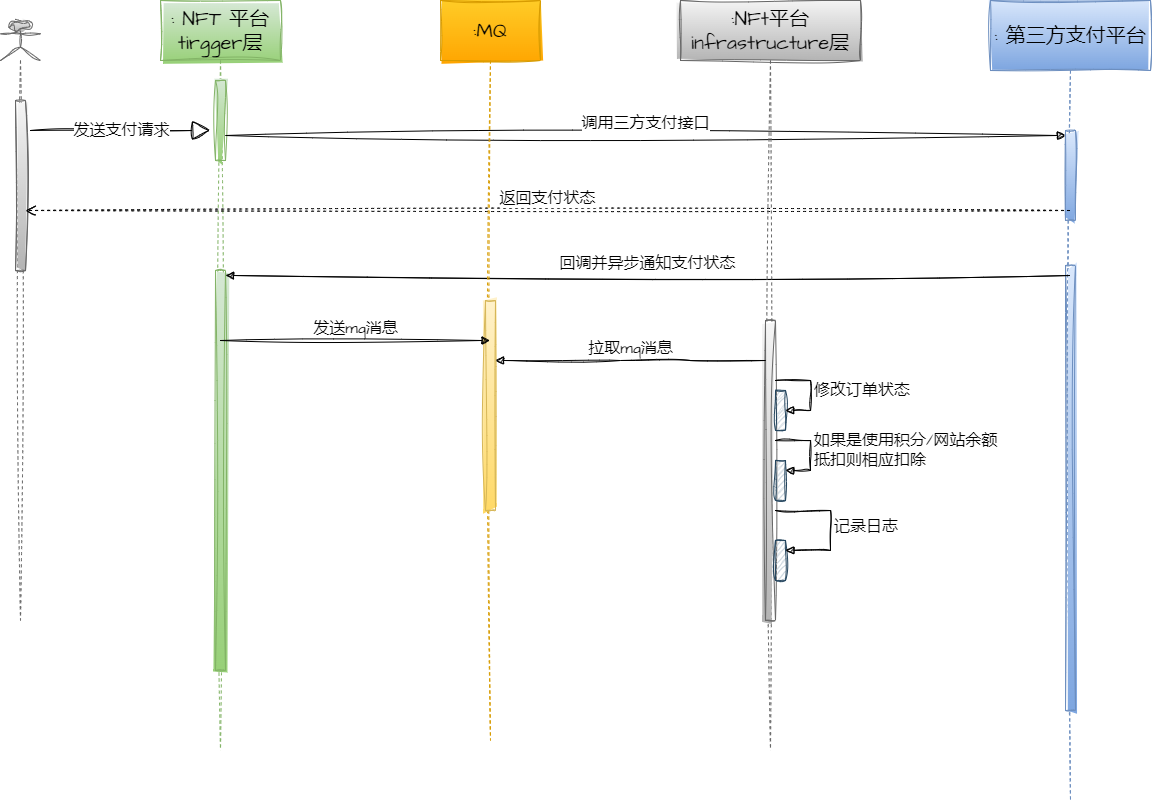
nb-sb/nft keeps this draw.io diagram as doc/系统架构代码设计.assets/支付订单mq.png. Above is the earlier version. Source tidied: cells renumbered, new cells last; positions are measured from the earlier drawing's top-left corner, leaving out a move shared by most shapes. Source of this version:
```xml
<mxGraphModel>
  <root>
    <mxCell id="0" />
    <mxCell id="1" parent="0" />
    <mxCell id="2" style="shape=umlLifeline;perimeter=lifelinePerimeter;whiteSpace=wrap;html=1;newEdgeStyle={&quot;curved&quot;:0,&quot;rounded&quot;:0};participant=umlActor;sketch=1;hachureGap=4;jiggle=2;curveFitting=1;fontFamily=Architects Daughter;fontSource=https%3A%2F%2Ffonts.googleapis.com%2Fcss%3Ffamily%3DArchitects%2BDaughter;fontSize=20;fillColor=#f5f5f5;gradientColor=#b3b3b3;strokeColor=#666666;" parent="1" vertex="1">
      <mxGeometry y="20" width="40" height="600" as="geometry" />
    </mxCell>
    <mxCell id="3" style="html=1;perimeter=orthogonalPerimeter;targetShapes=umlLifeline;newEdgeStyle={&quot;curved&quot;:0,&quot;rounded&quot;:0};sketch=1;hachureGap=4;jiggle=2;curveFitting=1;fontFamily=Architects Daughter;fontSource=https%3A%2F%2Ffonts.googleapis.com%2Fcss%3Ffamily%3DArchitects%2BDaughter;fontSize=20;fillColor=#f5f5f5;gradientColor=#b3b3b3;strokeColor=#666666;" parent="2" vertex="1">
      <mxGeometry x="15" y="80" width="10" height="170" as="geometry" />
    </mxCell>
    <mxCell id="4" value=": NFT 平台&lt;br&gt;tirgger层" style="shape=umlLifeline;perimeter=lifelinePerimeter;whiteSpace=wrap;html=1;newEdgeStyle={&quot;curved&quot;:0,&quot;rounded&quot;:0};sketch=1;hachureGap=4;jiggle=2;curveFitting=1;fontFamily=Architects Daughter;fontSource=https%3A%2F%2Ffonts.googleapis.com%2Fcss%3Ffamily%3DArchitects%2BDaughter;fontSize=20;fillColor=#d5e8d4;gradientColor=#97d077;strokeColor=#82b366;size=60;" parent="1" vertex="1">
      <mxGeometry x="160" width="120" height="750" as="geometry" />
    </mxCell>
    <mxCell id="5" style="html=1;points=[[0,0,0,0,5],[0,1,0,0,-5],[1,0,0,0,5],[1,1,0,0,-5]];perimeter=orthogonalPerimeter;outlineConnect=0;targetShapes=umlLifeline;portConstraint=eastwest;newEdgeStyle={&quot;curved&quot;:0,&quot;rounded&quot;:0};sketch=1;hachureGap=4;jiggle=2;curveFitting=1;fontFamily=Architects Daughter;fontSource=https%3A%2F%2Ffonts.googleapis.com%2Fcss%3Ffamily%3DArchitects%2BDaughter;fontSize=20;fillColor=#d5e8d4;gradientColor=#97d077;strokeColor=#82b366;" parent="4" vertex="1">
      <mxGeometry x="55" y="80" width="10" height="80" as="geometry" />
    </mxCell>
    <mxCell id="6" style="html=1;points=[[0,0,0,0,5],[0,1,0,0,-5],[1,0,0,0,5],[1,1,0,0,-5]];perimeter=orthogonalPerimeter;outlineConnect=0;targetShapes=umlLifeline;portConstraint=eastwest;newEdgeStyle={&quot;curved&quot;:0,&quot;rounded&quot;:0};sketch=1;hachureGap=4;jiggle=2;curveFitting=1;fontFamily=Architects Daughter;fontSource=https%3A%2F%2Ffonts.googleapis.com%2Fcss%3Ffamily%3DArchitects%2BDaughter;fontSize=20;fillColor=#d5e8d4;gradientColor=#97d077;strokeColor=#82b366;" parent="4" vertex="1">
      <mxGeometry x="55" y="270" width="10" height="400" as="geometry" />
    </mxCell>
    <mxCell id="7" value=": 第三方支付平台" style="shape=umlLifeline;perimeter=lifelinePerimeter;whiteSpace=wrap;html=1;outlineConnect=0;portConstraint=eastwest;newEdgeStyle={&quot;curved&quot;:0,&quot;rounded&quot;:0};sketch=1;hachureGap=4;jiggle=2;curveFitting=1;fontFamily=Architects Daughter;fontSource=https%3A%2F%2Ffonts.googleapis.com%2Fcss%3Ffamily%3DArchitects%2BDaughter;fontSize=20;fillColor=#dae8fc;gradientColor=#7ea6e0;strokeColor=#6c8ebf;size=70;" parent="1" vertex="1">
      <mxGeometry x="990" width="160" height="800" as="geometry" />
    </mxCell>
    <mxCell id="8" style="html=1;points=[[0,0,0,0,5],[0,1,0,0,-5],[1,0,0,0,5],[1,1,0,0,-5]];perimeter=orthogonalPerimeter;outlineConnect=0;targetShapes=umlLifeline;portConstraint=eastwest;newEdgeStyle={&quot;curved&quot;:0,&quot;rounded&quot;:0};sketch=1;hachureGap=4;jiggle=2;curveFitting=1;fontFamily=Architects Daughter;fontSource=https%3A%2F%2Ffonts.googleapis.com%2Fcss%3Ffamily%3DArchitects%2BDaughter;fontSize=20;fillColor=#dae8fc;gradientColor=#7ea6e0;strokeColor=#6c8ebf;" parent="7" vertex="1">
      <mxGeometry x="75" y="130" width="10" height="90" as="geometry" />
    </mxCell>
    <mxCell id="9" style="html=1;perimeter=orthogonalPerimeter;targetShapes=umlLifeline;newEdgeStyle={&quot;curved&quot;:0,&quot;rounded&quot;:0};sketch=1;hachureGap=4;jiggle=2;curveFitting=1;fontFamily=Architects Daughter;fontSource=https%3A%2F%2Ffonts.googleapis.com%2Fcss%3Ffamily%3DArchitects%2BDaughter;fontSize=20;fillColor=#dae8fc;gradientColor=#7ea6e0;strokeColor=#6c8ebf;" parent="7" vertex="1">
      <mxGeometry x="75" y="265" width="10" height="445" as="geometry" />
    </mxCell>
    <mxCell id="10" value="发送支付请求" style="endArrow=block;endSize=16;endFill=0;html=1;rounded=0;sketch=1;hachureGap=4;jiggle=2;curveFitting=1;fontFamily=Architects Daughter;fontSource=https%3A%2F%2Ffonts.googleapis.com%2Fcss%3Ffamily%3DArchitects%2BDaughter;fontSize=16;" parent="1" edge="1">
      <mxGeometry relative="1" as="geometry">
        <mxPoint x="30" y="130" as="sourcePoint" />
        <mxPoint x="210" y="130" as="targetPoint" />
      </mxGeometry>
    </mxCell>
    <mxCell id="11" value="调用三方支付接口" style="html=1;verticalAlign=bottom;endArrow=block;curved=0;rounded=0;entryX=0;entryY=0;entryDx=0;entryDy=5;sketch=1;hachureGap=4;jiggle=2;curveFitting=1;fontFamily=Architects Daughter;fontSource=https%3A%2F%2Ffonts.googleapis.com%2Fcss%3Ffamily%3DArchitects%2BDaughter;fontSize=16;" parent="1" edge="1" source="5" target="8">
      <mxGeometry relative="1" as="geometry" />
    </mxCell>
    <mxCell id="12" value="返回支付状态" style="html=1;verticalAlign=bottom;endArrow=open;dashed=1;endSize=8;curved=0;rounded=0;sketch=1;hachureGap=4;jiggle=2;curveFitting=1;fontFamily=Architects Daughter;fontSource=https%3A%2F%2Ffonts.googleapis.com%2Fcss%3Ffamily%3DArchitects%2BDaughter;fontSize=16;" parent="1" edge="1" source="7">
      <mxGeometry relative="1" as="geometry">
        <mxPoint x="25" y="210" as="targetPoint" />
      </mxGeometry>
    </mxCell>
    <mxCell id="13" value="回调并异步通知支付状态" style="html=1;verticalAlign=bottom;endArrow=block;curved=0;rounded=0;entryX=1;entryY=0;entryDx=0;entryDy=5;sketch=1;hachureGap=4;jiggle=2;curveFitting=1;fontFamily=Architects Daughter;fontSource=https%3A%2F%2Ffonts.googleapis.com%2Fcss%3Ffamily%3DArchitects%2BDaughter;fontSize=16;" parent="1" edge="1" source="7" target="6">
      <mxGeometry relative="1" as="geometry" />
    </mxCell>
    <mxCell id="14" value=":MQ" style="shape=umlLifeline;perimeter=lifelinePerimeter;whiteSpace=wrap;html=1;outlineConnect=0;portConstraint=eastwest;newEdgeStyle={&quot;curved&quot;:0,&quot;rounded&quot;:0};sketch=1;hachureGap=4;jiggle=2;curveFitting=1;fontFamily=Architects Daughter;fontSource=https%3A%2F%2Ffonts.googleapis.com%2Fcss%3Ffamily%3DArchitects%2BDaughter;fontSize=20;fillColor=#ffcd28;gradientColor=#ffa500;strokeColor=#d79b00;size=60;" parent="1" vertex="1">
      <mxGeometry x="440" width="100" height="740" as="geometry" />
    </mxCell>
    <mxCell id="15" style="html=1;points=[[0,0,0,0,5],[0,1,0,0,-5],[1,0,0,0,5],[1,1,0,0,-5]];perimeter=orthogonalPerimeter;outlineConnect=0;targetShapes=umlLifeline;portConstraint=eastwest;newEdgeStyle={&quot;curved&quot;:0,&quot;rounded&quot;:0};sketch=1;hachureGap=4;jiggle=2;curveFitting=1;fontFamily=Architects Daughter;fontSource=https%3A%2F%2Ffonts.googleapis.com%2Fcss%3Ffamily%3DArchitects%2BDaughter;fontSize=20;fillColor=#fff2cc;gradientColor=#ffd966;strokeColor=#d6b656;" parent="14" vertex="1">
      <mxGeometry x="45" y="300" width="10" height="210" as="geometry" />
    </mxCell>
    <mxCell id="16" value=":NFt平台&lt;br&gt;infrastructure层" style="shape=umlLifeline;perimeter=lifelinePerimeter;whiteSpace=wrap;html=1;newEdgeStyle={&quot;curved&quot;:0,&quot;rounded&quot;:0};sketch=1;hachureGap=4;jiggle=2;curveFitting=1;fontFamily=Architects Daughter;fontSource=https%3A%2F%2Ffonts.googleapis.com%2Fcss%3Ffamily%3DArchitects%2BDaughter;fontSize=20;size=60;fillColor=#f5f5f5;gradientColor=#b3b3b3;strokeColor=#666666;" parent="1" vertex="1">
      <mxGeometry x="680" width="180" height="750" as="geometry" />
    </mxCell>
    <mxCell id="17" style="html=1;points=[[0,0,0,0,5],[0,1,0,0,-5],[1,0,0,0,5],[1,1,0,0,-5]];perimeter=orthogonalPerimeter;outlineConnect=0;targetShapes=umlLifeline;portConstraint=eastwest;newEdgeStyle={&quot;curved&quot;:0,&quot;rounded&quot;:0};sketch=1;hachureGap=4;jiggle=2;curveFitting=1;fontFamily=Architects Daughter;fontSource=https%3A%2F%2Ffonts.googleapis.com%2Fcss%3Ffamily%3DArchitects%2BDaughter;fontSize=20;fillColor=#f5f5f5;gradientColor=#b3b3b3;strokeColor=#666666;" parent="16" vertex="1">
      <mxGeometry x="85" y="320" width="10" height="300" as="geometry" />
    </mxCell>
    <mxCell id="18" style="html=1;points=[[0,0,0,0,5],[0,1,0,0,-5],[1,0,0,0,5],[1,1,0,0,-5]];perimeter=orthogonalPerimeter;outlineConnect=0;targetShapes=umlLifeline;portConstraint=eastwest;newEdgeStyle={&quot;curved&quot;:0,&quot;rounded&quot;:0};sketch=1;hachureGap=4;jiggle=2;curveFitting=1;fontFamily=Architects Daughter;fontSource=https%3A%2F%2Ffonts.googleapis.com%2Fcss%3Ffamily%3DArchitects%2BDaughter;fontSize=20;fillColor=#bac8d3;strokeColor=#23445d;" parent="16" vertex="1">
      <mxGeometry x="95" y="389.9" width="10" height="40" as="geometry" />
    </mxCell>
    <mxCell id="19" value="修改订单状态" style="html=1;align=left;spacingLeft=2;endArrow=block;rounded=0;edgeStyle=orthogonalEdgeStyle;curved=0;rounded=0;sketch=1;hachureGap=4;jiggle=2;curveFitting=1;fontFamily=Architects Daughter;fontSource=https%3A%2F%2Ffonts.googleapis.com%2Fcss%3Ffamily%3DArchitects%2BDaughter;fontSize=16;" parent="16" edge="1" target="18">
      <mxGeometry relative="1" as="geometry">
        <mxPoint x="95" y="380" as="sourcePoint" />
        <Array as="points">
          <mxPoint x="130" y="379.9" />
          <mxPoint x="130" y="409.9" />
        </Array>
      </mxGeometry>
    </mxCell>
    <mxCell id="20" style="html=1;points=[[0,0,0,0,5],[0,1,0,0,-5],[1,0,0,0,5],[1,1,0,0,-5]];perimeter=orthogonalPerimeter;outlineConnect=0;targetShapes=umlLifeline;portConstraint=eastwest;newEdgeStyle={&quot;curved&quot;:0,&quot;rounded&quot;:0};sketch=1;hachureGap=4;jiggle=2;curveFitting=1;fontFamily=Architects Daughter;fontSource=https%3A%2F%2Ffonts.googleapis.com%2Fcss%3Ffamily%3DArchitects%2BDaughter;fontSize=20;fillColor=#bac8d3;strokeColor=#23445d;" parent="16" vertex="1">
      <mxGeometry x="95" y="459.9" width="10" height="40" as="geometry" />
    </mxCell>
    <mxCell id="21" value="如果是使用积分/网站余额&lt;br&gt;抵扣则相应扣除" style="html=1;align=left;spacingLeft=2;endArrow=block;rounded=0;edgeStyle=orthogonalEdgeStyle;curved=0;rounded=0;sketch=1;hachureGap=4;jiggle=2;curveFitting=1;fontFamily=Architects Daughter;fontSource=https%3A%2F%2Ffonts.googleapis.com%2Fcss%3Ffamily%3DArchitects%2BDaughter;fontSize=16;" parent="16" edge="1" target="20">
      <mxGeometry relative="1" as="geometry">
        <mxPoint x="95" y="440" as="sourcePoint" />
        <Array as="points">
          <mxPoint x="130" y="439.9" />
          <mxPoint x="130" y="469.9" />
        </Array>
      </mxGeometry>
    </mxCell>
    <mxCell id="22" style="html=1;points=[[0,0,0,0,5],[0,1,0,0,-5],[1,0,0,0,5],[1,1,0,0,-5]];perimeter=orthogonalPerimeter;outlineConnect=0;targetShapes=umlLifeline;portConstraint=eastwest;newEdgeStyle={&quot;curved&quot;:0,&quot;rounded&quot;:0};sketch=1;hachureGap=4;jiggle=2;curveFitting=1;fontFamily=Architects Daughter;fontSource=https%3A%2F%2Ffonts.googleapis.com%2Fcss%3Ffamily%3DArchitects%2BDaughter;fontSize=20;fillColor=#bac8d3;strokeColor=#23445d;" parent="16" vertex="1">
      <mxGeometry x="95" y="539.9" width="10" height="40" as="geometry" />
    </mxCell>
    <mxCell id="23" value="记录日志" style="html=1;align=left;spacingLeft=2;endArrow=block;rounded=0;edgeStyle=orthogonalEdgeStyle;curved=0;rounded=0;sketch=1;hachureGap=4;jiggle=2;curveFitting=1;fontFamily=Architects Daughter;fontSource=https%3A%2F%2Ffonts.googleapis.com%2Fcss%3Ffamily%3DArchitects%2BDaughter;fontSize=16;" parent="16" edge="1" target="22">
      <mxGeometry relative="1" as="geometry">
        <mxPoint x="95" y="510" as="sourcePoint" />
        <Array as="points">
          <mxPoint x="150" y="509.9" />
          <mxPoint x="150" y="549.9" />
        </Array>
      </mxGeometry>
    </mxCell>
    <mxCell id="24" value="发送mq消息" style="html=1;verticalAlign=bottom;endArrow=block;curved=0;rounded=0;sketch=1;hachureGap=4;jiggle=2;curveFitting=1;fontFamily=Architects Daughter;fontSource=https%3A%2F%2Ffonts.googleapis.com%2Fcss%3Ffamily%3DArchitects%2BDaughter;fontSize=16;" parent="1" edge="1" target="14">
      <mxGeometry relative="1" as="geometry">
        <mxPoint x="220" y="340" as="sourcePoint" />
      </mxGeometry>
    </mxCell>
    <mxCell id="25" value="拉取mq消息" style="html=1;verticalAlign=bottom;endArrow=block;curved=0;rounded=0;sketch=1;hachureGap=4;jiggle=2;curveFitting=1;fontFamily=Architects Daughter;fontSource=https%3A%2F%2Ffonts.googleapis.com%2Fcss%3Ffamily%3DArchitects%2BDaughter;fontSize=16;" parent="1" edge="1" source="17" target="15">
      <mxGeometry relative="1" as="geometry">
        <Array as="points">
          <mxPoint x="690" y="360" />
          <mxPoint x="620" y="360" />
        </Array>
      </mxGeometry>
    </mxCell>
  </root>
</mxGraphModel>
```
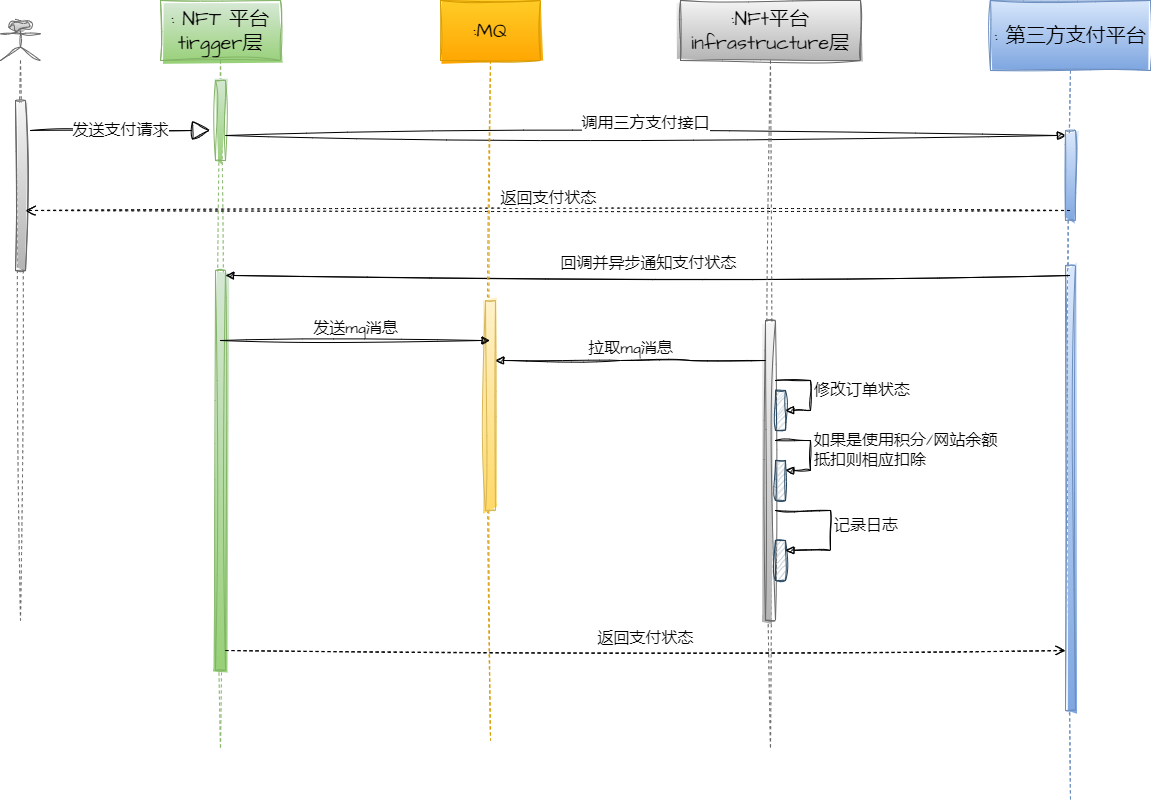
After the commit.

Diff of the diagram source:
```diff
@@ -104,5 +104,11 @@
         </Array>
       </mxGeometry>
     </mxCell>
+    <mxCell id="26" value="返回支付状态" style="html=1;verticalAlign=bottom;endArrow=open;dashed=1;endSize=8;curved=0;rounded=0;sketch=1;hachureGap=4;jiggle=2;curveFitting=1;fontFamily=Architects Daughter;fontSource=https%3A%2F%2Ffonts.googleapis.com%2Fcss%3Ffamily%3DArchitects%2BDaughter;fontSize=16;" parent="1" edge="1">
+      <mxGeometry relative="1" as="geometry">
+        <mxPoint x="225" y="650" as="sourcePoint" />
+        <mxPoint x="1065" y="650" as="targetPoint" />
+      </mxGeometry>
+    </mxCell>
   </root>
 </mxGraphModel>
```
